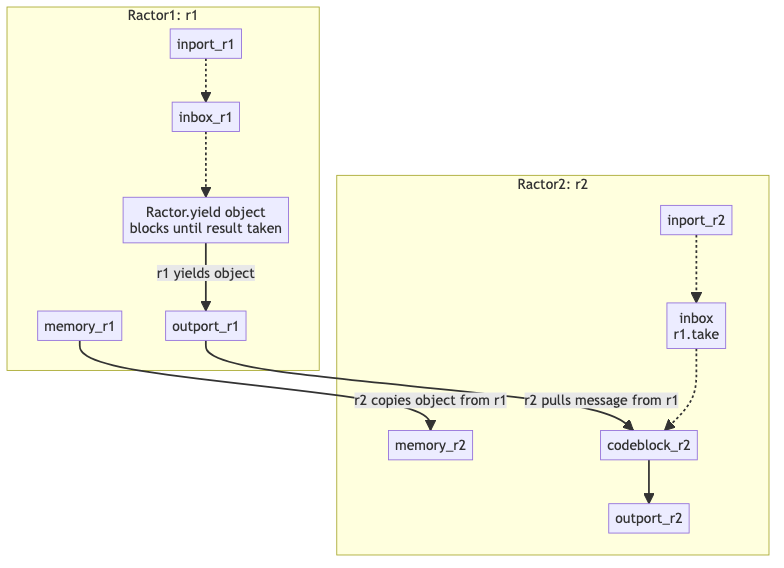
Above: content/posts/ruby/ruby_3_x_ractor/05_pull_take_message.png in btihen/btihen_dev (Mermaid), before the change. Its source is kept beside it as content/posts/ruby/ruby_3_x_ractor/05_pull_take_message.mmd. Its diagram source:
```mermaid
graph TD
    inport_r1 -.-> inbox_r1
    inbox_r1 -.-> codeblock_r1
    codeblock_r1 --> |r1 yields object| outport_r1
    outport_r1--> |r2 pulls message from r1| codeblock_r2
    memory_r1 -->|r2 copies object from r1| memory_r2

    inport_r2 -.-> inbox_r2
    inbox_r2 -.-> codeblock_r2
    codeblock_r2 --> outport_r2

    subgraph Ractor2: r2
    memory_r2
    inport_r2
    inbox_r2[inbox <br> r1.take]
    codeblock_r2
    outport_r2
    end

    subgraph Ractor1: r1
    memory_r1
    inport_r1
    inbox_r1
    codeblock_r1[code block <br>Ractor.yield object <br> blocks until result taken]
    outport_r1
    end
```
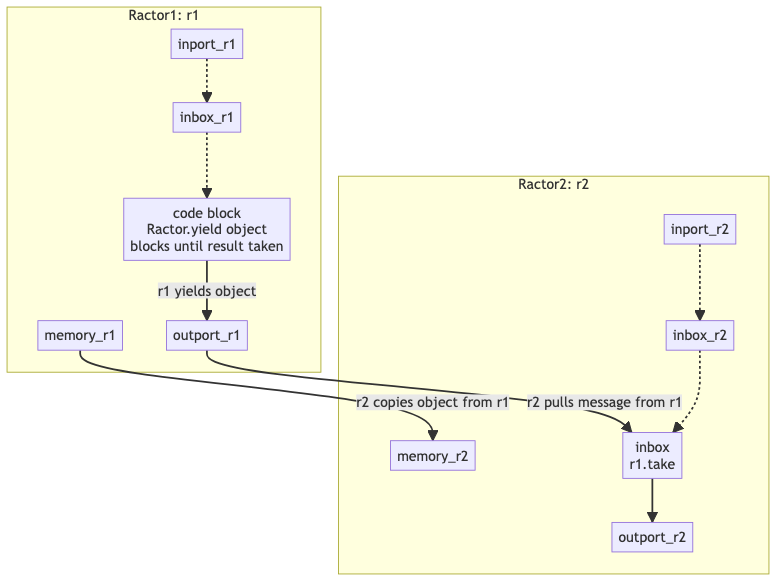
The same file after the commit.

Change to the diagram source:
```diff
@@ -12,8 +12,8 @@
     subgraph Ractor2: r2
     memory_r2
     inport_r2
-    inbox_r2[inbox <br> r1.take]
-    codeblock_r2
+    inbox_r2
+    codeblock_r2[inbox <br> r1.take]
     outport_r2
     end
 
```
